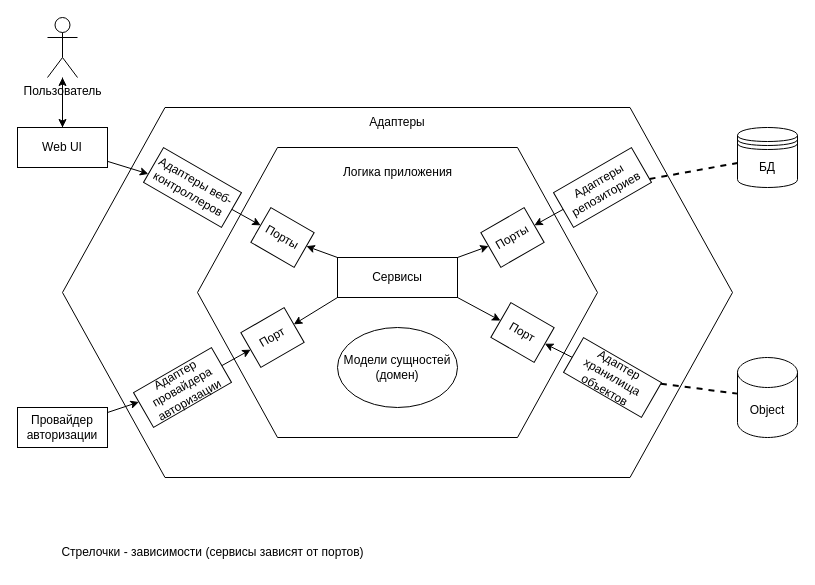
The draw.io diagram page "components" (2 of 5) of img/00-uml.drawio in fleshbound/bmstu-sd, before the edit. Source tidied: cells renumbered, new cells numbered last; positions are measured from the earlier drawing's top-left corner, leaving out a move shared by most shapes. Both pictures are drawn from the tidied source at 100%, with x=0, y=0 at pixel (17, 17).
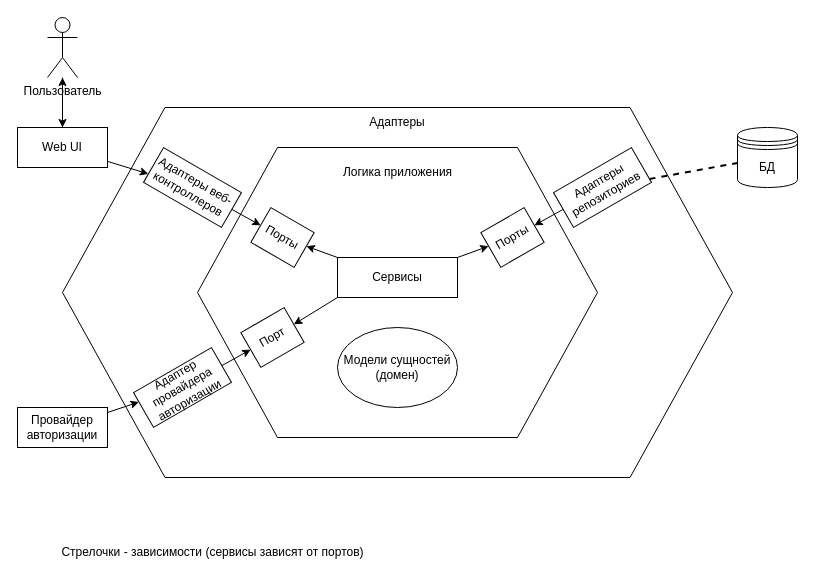
The same diagram, later.

Unchanged cells that the change refers to:
```xml
<mxCell id="11" value="Сервисы" style="rounded=0;whiteSpace=wrap;html=1;rotation=0;" parent="1" vertex="1">
  <mxGeometry x="320" y="240" width="120" height="40" as="geometry" />
</mxCell>
```

What changed in the source:
```diff
@@
-    <mxCell id="8" style="edgeStyle=none;html=1;exitX=1;exitY=1;exitDx=0;exitDy=0;strokeWidth=1;endArrow=classic;endFill=1;" parent="1" edge="1" source="11" target="20">
-      <mxGeometry relative="1" as="geometry" />
-    </mxCell>
@@
-    <mxCell id="14" value="Object" style="shape=cylinder3;whiteSpace=wrap;html=1;boundedLbl=1;backgroundOutline=1;size=15;" parent="1" vertex="1">
-      <mxGeometry x="720" y="340" width="60" height="80" as="geometry" />
-    </mxCell>
-    <mxCell id="15" style="edgeStyle=none;html=1;dashed=1;strokeWidth=2;endArrow=none;endFill=0;" parent="1" edge="1" source="17" target="14">
-      <mxGeometry relative="1" as="geometry" />
-    </mxCell>
-    <mxCell id="16" style="edgeStyle=none;html=1;strokeWidth=1;endArrow=classic;endFill=1;" parent="1" edge="1" source="17" target="20">
-      <mxGeometry relative="1" as="geometry" />
-    </mxCell>
-    <mxCell id="17" value="Адаптер хранилища объектов" style="rounded=0;whiteSpace=wrap;html=1;rotation=30;" parent="1" vertex="1">
-      <mxGeometry x="550" y="340" width="90" height="40" as="geometry" />
-    </mxCell>
@@
-    <mxCell id="20" value="Порт" style="rounded=0;whiteSpace=wrap;html=1;rotation=30;" parent="1" vertex="1">
-      <mxGeometry x="480" y="295" width="50" height="40" as="geometry" />
-    </mxCell>
```
